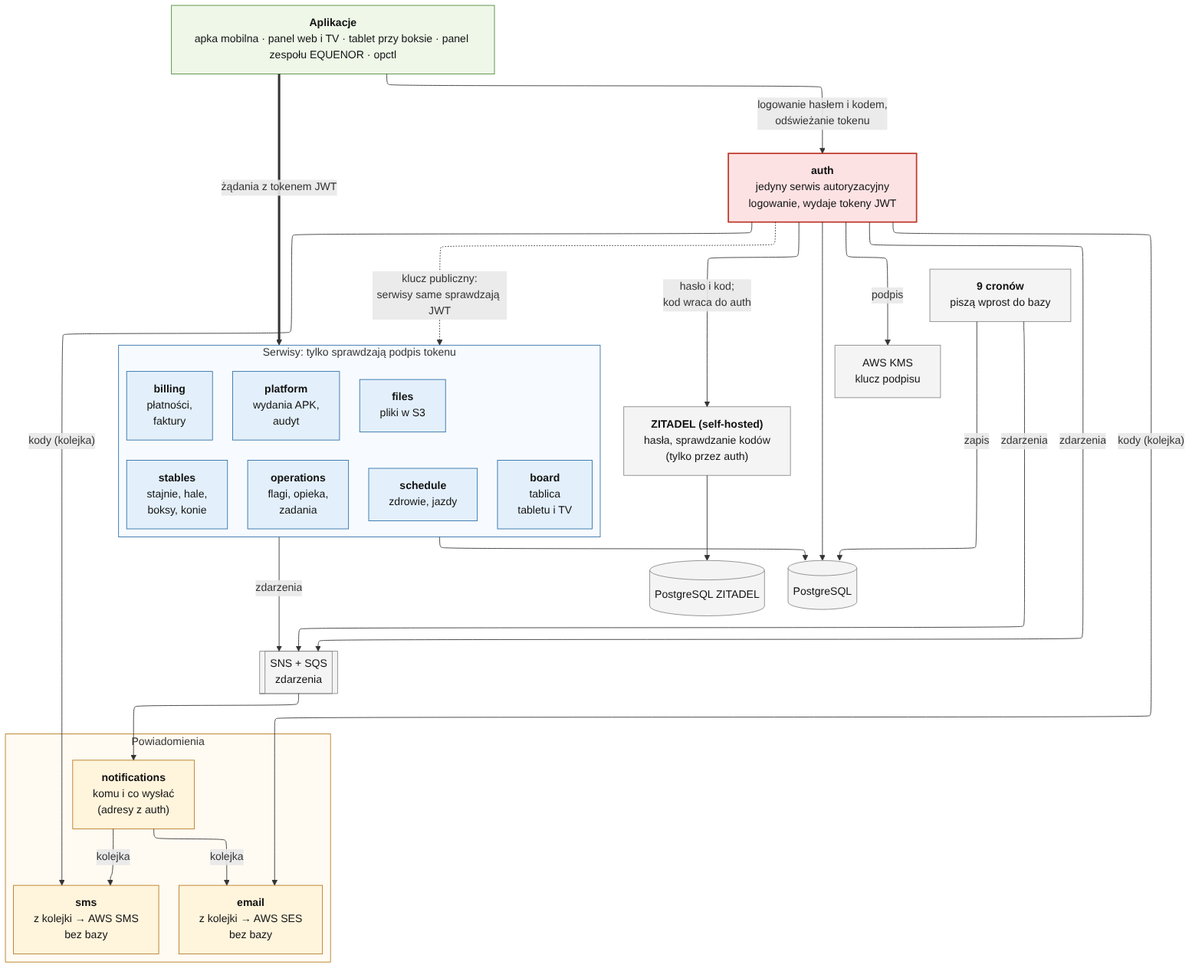
The Mermaid diagram docs/mikroserwisy/uslugi.png in ClewlerStudent/KonskaAppka, before a commit. Its source is kept beside it as docs/mikroserwisy/uslugi.mmd.
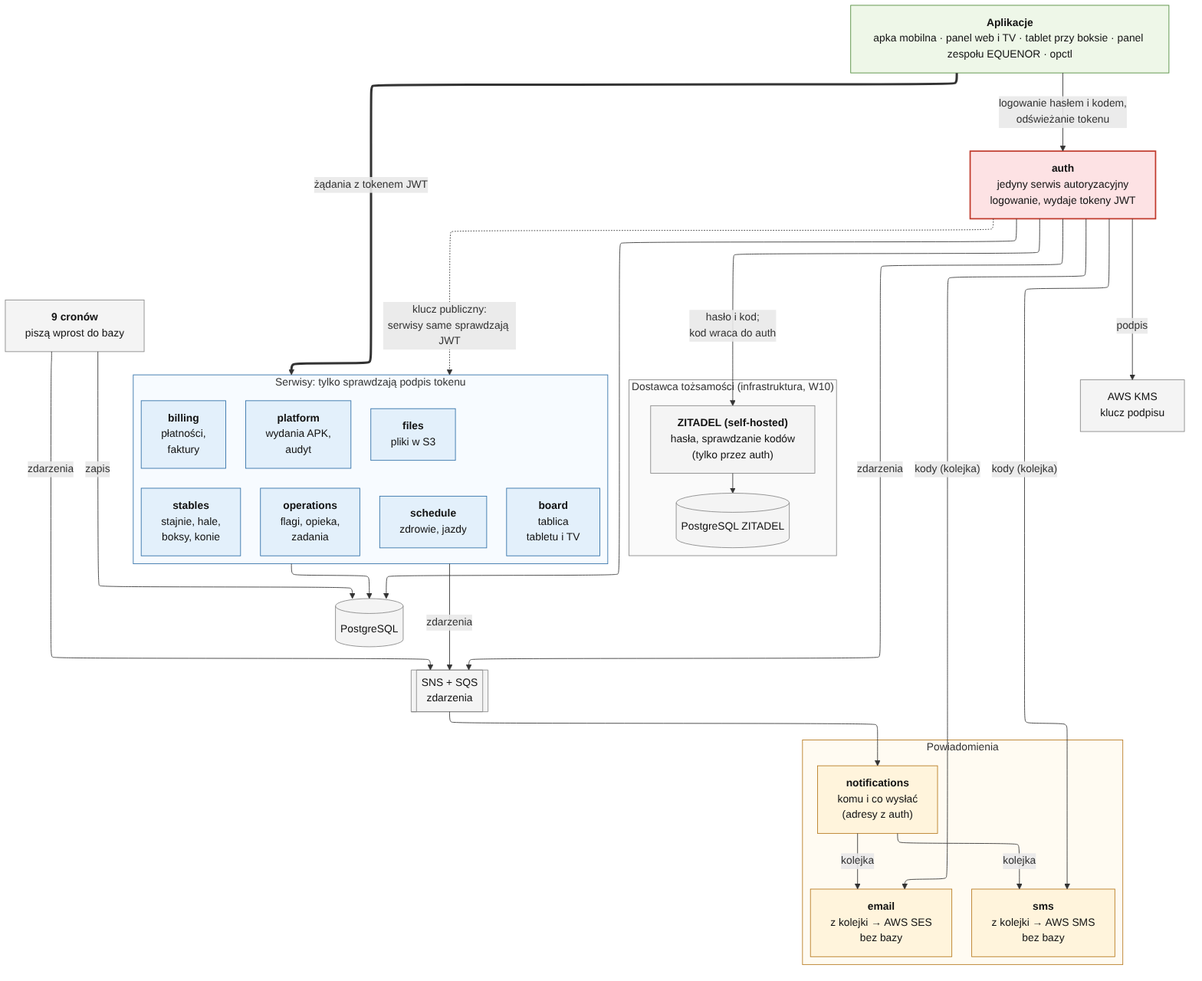
The same file after the commit.

Commit message:
ZITADEL self-hosted zamiast Cognito; kody wysyła auth; otwarte trasy

Change to the diagram source:
```diff
@@ -2,8 +2,11 @@
 flowchart TB
     APPS["<b>Aplikacje</b><br/>apka mobilna · panel web i TV · tablet przy boksie · panel zespołu EQUENOR · opctl"]
 
-    ZIT["<b>ZITADEL (self-hosted)</b><br/>hasła, sprawdzanie kodów<br/>(tylko przez auth)"]
-    ZDB[("PostgreSQL ZITADEL")]
+    subgraph IDP["Dostawca tożsamości (infrastruktura, W10)"]
+        direction TB
+        ZIT["<b>ZITADEL (self-hosted)</b><br/>hasła, sprawdzanie kodów<br/>(tylko przez auth)"]
+        ZDB[("PostgreSQL ZITADEL")]
+    end
     AUTH["<b>auth</b><br/>jedyny serwis autoryzacyjny<br/>logowanie, wydaje tokeny JWT"]
     KMS["AWS KMS<br/>klucz podpisu"]
 
@@ -61,3 +64,4 @@
     class ZIT,ZDB,KMS,DB,BUS,CRON ext
     style DOM fill:#f7fbff,stroke:#2f6fa7
     style NOTE fill:#fffbf2,stroke:#b7791f
+    style IDP fill:#fafafa,stroke:#888
```
